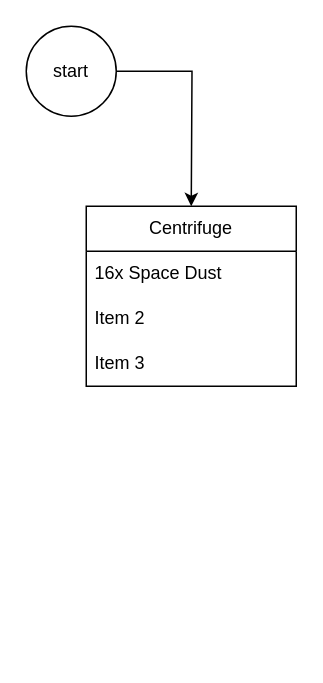
Earlier version of the draw.io diagram space_dust.drawio (screret/Gravitas2). Source tidied: cells renumbered, new cells numbered last; positions are measured from the earlier drawing's top-left corner, leaving out a move shared by most shapes. Both pictures are drawn from the tidied source at 150%, with x=0, y=0 at pixel (26, 26).
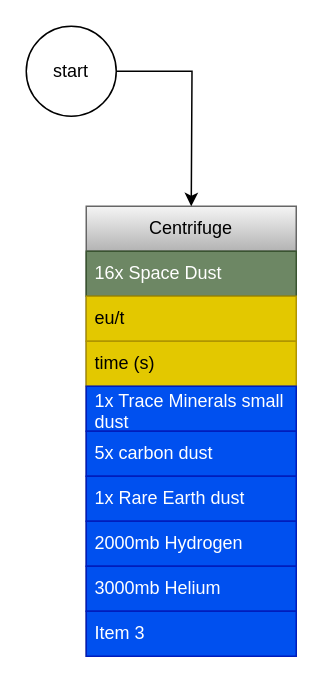
The same diagram, later.

The edit, as a diff of the source:
```diff
@@
 <mxGraphModel>
   <root>
     <mxCell id="0" />
     <mxCell id="1" parent="0" />
-    <mxCell id="2" value="Centrifuge" style="swimlane;fontStyle=0;horizontal=1;startSize=30;whiteSpace=wrap;html=1;" parent="1" vertex="1">
-      <mxGeometry x="40" y="120" width="140" height="120" as="geometry" />
+    <mxCell id="2" value="Centrifuge" style="swimlane;fontStyle=0;horizontal=1;startSize=30;whiteSpace=wrap;html=1;fillColor=#f5f5f5;gradientColor=#b3b3b3;strokeColor=#666666;" parent="1" vertex="1">
+      <mxGeometry x="40" y="120" width="140" height="300" as="geometry" />
     </mxCell>
-    <mxCell id="3" value="16x Space Dust" style="text;strokeColor=none;fillColor=none;align=left;verticalAlign=middle;spacingLeft=4;spacingRight=4;overflow=hidden;whiteSpace=wrap;html=1;" parent="2" vertex="1">
+    <mxCell id="3" value="16x Space Dust" style="text;strokeColor=#3A5431;fillColor=#6d8764;align=left;verticalAlign=middle;spacingLeft=4;spacingRight=4;overflow=hidden;whiteSpace=wrap;html=1;fontColor=#ffffff;" parent="2" vertex="1">
       <mxGeometry y="30" width="140" height="30" as="geometry" />
     </mxCell>
-    <mxCell id="4" value="Item 2" style="text;strokeColor=none;fillColor=none;align=left;verticalAlign=middle;spacingLeft=4;spacingRight=4;overflow=hidden;whiteSpace=wrap;html=1;" parent="2" vertex="1">
+    <mxCell id="4" value="eu/t" style="text;strokeColor=#B09500;fillColor=#e3c800;align=left;verticalAlign=middle;spacingLeft=4;spacingRight=4;overflow=hidden;whiteSpace=wrap;html=1;fontColor=#000000;" parent="2" vertex="1">
       <mxGeometry y="60" width="140" height="30" as="geometry" />
     </mxCell>
-    <mxCell id="5" value="Item 3" style="text;strokeColor=none;fillColor=none;align=left;verticalAlign=middle;spacingLeft=4;spacingRight=4;overflow=hidden;whiteSpace=wrap;html=1;" parent="2" vertex="1">
+    <mxCell id="5" value="time (s)" style="text;strokeColor=#B09500;fillColor=#e3c800;align=left;verticalAlign=middle;spacingLeft=4;spacingRight=4;overflow=hidden;whiteSpace=wrap;html=1;fontColor=#000000;" parent="2" vertex="1">
       <mxGeometry y="90" width="140" height="30" as="geometry" />
     </mxCell>
+    <mxCell id="8" value="1x Trace Minerals small dust" style="text;strokeColor=#001DBC;fillColor=#0050ef;align=left;verticalAlign=middle;spacingLeft=4;spacingRight=4;overflow=hidden;whiteSpace=wrap;html=1;fontColor=#ffffff;" parent="2" vertex="1">
+      <mxGeometry y="120" width="140" height="30" as="geometry" />
+    </mxCell>
+    <mxCell id="9" value="5x carbon dust" style="text;strokeColor=#001DBC;fillColor=#0050ef;align=left;verticalAlign=middle;spacingLeft=4;spacingRight=4;overflow=hidden;whiteSpace=wrap;html=1;fontColor=#ffffff;" parent="2" vertex="1">
+      <mxGeometry y="150" width="140" height="30" as="geometry" />
+    </mxCell>
+    <mxCell id="10" value="1x Rare Earth dust" style="text;strokeColor=#001DBC;fillColor=#0050ef;align=left;verticalAlign=middle;spacingLeft=4;spacingRight=4;overflow=hidden;whiteSpace=wrap;html=1;fontColor=#ffffff;" parent="2" vertex="1">
+      <mxGeometry y="180" width="140" height="30" as="geometry" />
+    </mxCell>
+    <mxCell id="11" value="2000mb Hydrogen" style="text;strokeColor=#001DBC;fillColor=#0050ef;align=left;verticalAlign=middle;spacingLeft=4;spacingRight=4;overflow=hidden;whiteSpace=wrap;html=1;fontColor=#ffffff;" parent="2" vertex="1">
+      <mxGeometry y="210" width="140" height="30" as="geometry" />
+    </mxCell>
+    <mxCell id="12" value="3000mb Helium" style="text;strokeColor=#001DBC;fillColor=#0050ef;align=left;verticalAlign=middle;spacingLeft=4;spacingRight=4;overflow=hidden;whiteSpace=wrap;html=1;fontColor=#ffffff;" parent="2" vertex="1">
+      <mxGeometry y="240" width="140" height="30" as="geometry" />
+    </mxCell>
+    <mxCell id="13" value="Item 3" style="text;strokeColor=#001DBC;fillColor=#0050ef;align=left;verticalAlign=middle;spacingLeft=4;spacingRight=4;overflow=hidden;whiteSpace=wrap;html=1;fontColor=#ffffff;" parent="2" vertex="1">
+      <mxGeometry y="270" width="140" height="30" as="geometry" />
+    </mxCell>
     <mxCell id="6" style="edgeStyle=orthogonalEdgeStyle;rounded=0;jettySize=auto;html=1;" parent="1" edge="1" source="7">
       <mxGeometry relative="1" as="geometry">
         <mxPoint x="110" y="120" as="targetPoint" />
       </mxGeometry>
     </mxCell>
     <mxCell id="7" value="start" style="ellipse;whiteSpace=wrap;html=1;" parent="1" vertex="1">
       <mxGeometry width="60" height="60" as="geometry" />
     </mxCell>
   </root>
 </mxGraphModel>
```
